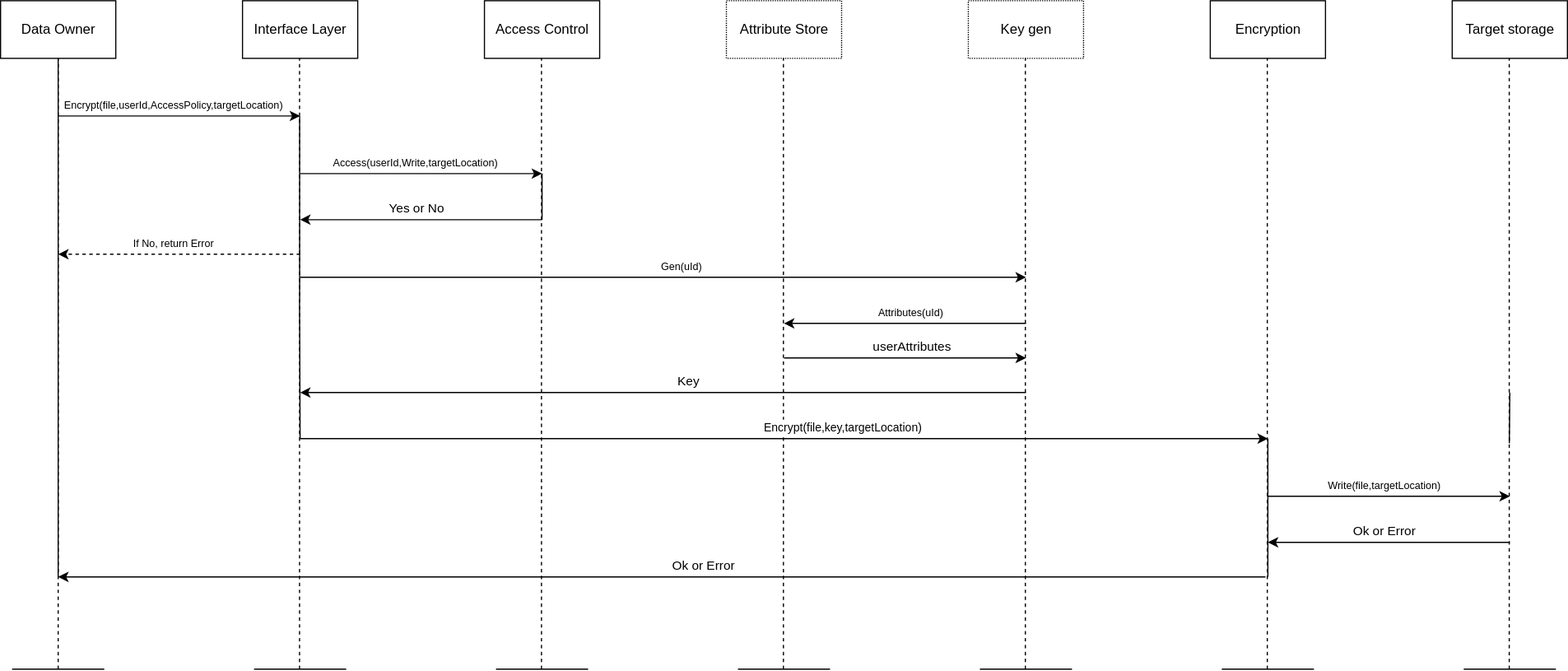
Before: docs/design/system/encryption_flow.drawio.svg, a diagram exported from draw.io (ivajon/NGAC_ABE). Source tidied: cells renumbered, new cells last; positions are measured from the earlier drawing's top-left corner, leaving out a move shared by most shapes.
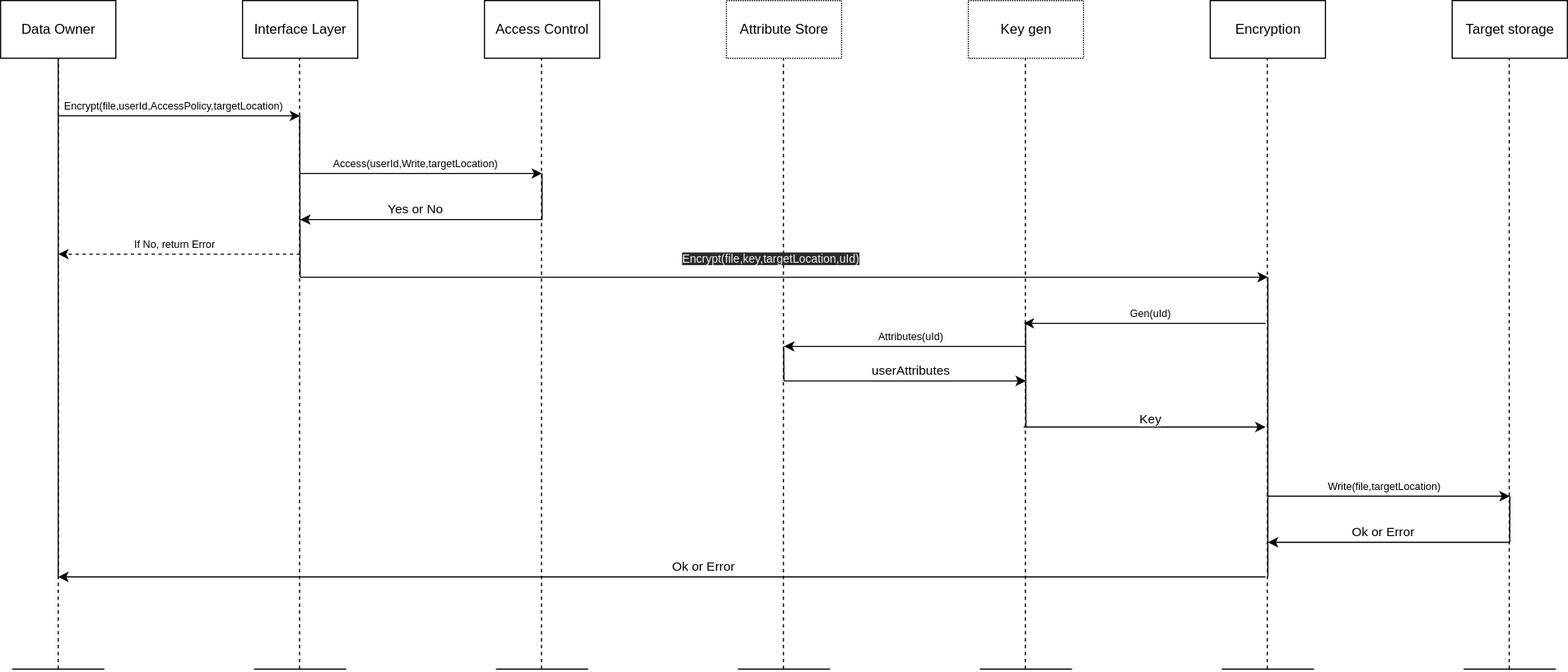
The same diagram one commit later.

What changed in the source:
```diff
@@ -110,7 +110,7 @@
     </mxCell>
     <mxCell id="20" style="endArrow=none;html=1;" parent="1" edge="1">
       <mxGeometry relative="1" as="geometry">
-        <mxPoint x="259.6" y="260" as="sourcePoint" />
+        <mxPoint x="260" y="240" as="sourcePoint" />
         <mxPoint x="259.6" y="100" as="targetPoint" />
       </mxGeometry>
     </mxCell>
@@ -156,7 +156,7 @@
     <mxCell id="28" style="endArrow=none;html=1;" parent="1" edge="1">
       <mxGeometry relative="1" as="geometry">
         <mxPoint x="1100" y="500" as="sourcePoint" />
-        <mxPoint x="1100" y="380" as="targetPoint" />
+        <mxPoint x="1100" y="240" as="targetPoint" />
       </mxGeometry>
     </mxCell>
     <mxCell id="29" style="endArrow=classic;html=1;" parent="1" edge="1">
@@ -172,8 +172,8 @@
     </mxCell>
     <mxCell id="31" style="endArrow=none;html=1;" parent="1" edge="1">
       <mxGeometry relative="1" as="geometry">
-        <mxPoint x="1309.6" y="384" as="sourcePoint" />
-        <mxPoint x="1310" y="340" as="targetPoint" />
+        <mxPoint x="1310" y="470" as="sourcePoint" />
+        <mxPoint x="1310.1" y="430" as="targetPoint" />
       </mxGeometry>
     </mxCell>
     <mxCell id="32" style="endArrow=classic;html=1;" parent="1" edge="1">
@@ -187,12 +187,6 @@
         <mxPoint x="46" y="-13" as="offset" />
       </mxGeometry>
     </mxCell>
-    <mxCell id="34" style="endArrow=none;html=1;" parent="1" edge="1">
-      <mxGeometry relative="1" as="geometry">
-        <mxPoint x="260" y="380" as="sourcePoint" />
-        <mxPoint x="259.5" y="260" as="targetPoint" />
-      </mxGeometry>
-    </mxCell>
     <mxCell id="35" value="Attribute Store" style="html=1;dashed=1;whitespace=wrap;dashPattern=1 1;" parent="1" vertex="1">
       <mxGeometry x="630" width="100" height="50" as="geometry" />
     </mxCell>
@@ -232,29 +226,24 @@
     <mxCell id="41" style="endArrow=classic;html=1;" parent="1" edge="1">
       <mxGeometry relative="1" as="geometry">
         <mxPoint x="260" y="240" as="sourcePoint" />
-        <mxPoint x="890" y="240" as="targetPoint" />
+        <mxPoint x="1100" y="240" as="targetPoint" />
       </mxGeometry>
     </mxCell>
-    <mxCell id="42" value="&lt;font style=&quot;font-size: 9px&quot;&gt;Gen(uId)&lt;/font&gt;" style="edgeLabel;html=1;align=center;verticalAlign=middle;" parent="41" vertex="1">
-      <mxGeometry x="0.33" y="-1" relative="1" as="geometry">
-        <mxPoint x="-87" y="-11" as="offset" />
-      </mxGeometry>
-    </mxCell>
     <mxCell id="43" style="endArrow=classic;html=1;" parent="1" edge="1">
       <mxGeometry relative="1" as="geometry">
-        <mxPoint x="890" y="340" as="sourcePoint" />
-        <mxPoint x="260" y="340" as="targetPoint" />
+        <mxPoint x="888" y="370" as="sourcePoint" />
+        <mxPoint x="1098" y="370" as="targetPoint" />
       </mxGeometry>
     </mxCell>
     <mxCell id="44" value="Key" style="edgeLabel;html=1;align=center;verticalAlign=middle;" parent="43" vertex="1">
       <mxGeometry x="-0.2" y="-1" relative="1" as="geometry">
-        <mxPoint x="-42" y="-9" as="offset" />
+        <mxPoint x="26" y="-9" as="offset" />
       </mxGeometry>
     </mxCell>
     <mxCell id="45" style="endArrow=classic;html=1;" parent="1" edge="1">
       <mxGeometry relative="1" as="geometry">
-        <mxPoint x="890" y="280" as="sourcePoint" />
-        <mxPoint x="680" y="280" as="targetPoint" />
+        <mxPoint x="890" y="300" as="sourcePoint" />
+        <mxPoint x="680" y="300" as="targetPoint" />
       </mxGeometry>
     </mxCell>
     <mxCell id="46" value="&lt;font style=&quot;font-size: 9px&quot;&gt;Attributes(uId)&lt;/font&gt;" style="edgeLabel;html=1;align=center;verticalAlign=middle;" parent="45" vertex="1">
@@ -264,8 +253,8 @@
     </mxCell>
     <mxCell id="47" style="endArrow=classic;html=1;" parent="1" edge="1">
       <mxGeometry relative="1" as="geometry">
-        <mxPoint x="680" y="310" as="sourcePoint" />
-        <mxPoint x="890" y="310" as="targetPoint" />
+        <mxPoint x="680" y="330" as="sourcePoint" />
+        <mxPoint x="890" y="330" as="targetPoint" />
       </mxGeometry>
     </mxCell>
     <mxCell id="48" value="userAttributes" style="edgeLabel;html=1;align=center;verticalAlign=middle;" parent="47" vertex="1">
@@ -273,17 +262,6 @@
         <mxPoint x="-29" y="-11" as="offset" />
       </mxGeometry>
     </mxCell>
-    <mxCell id="49" style="endArrow=classic;html=1;" parent="1" edge="1">
-      <mxGeometry relative="1" as="geometry">
-        <mxPoint x="260" y="380" as="sourcePoint" />
-        <mxPoint x="1100" y="380" as="targetPoint" />
-      </mxGeometry>
-    </mxCell>
-    <mxCell id="50" value="&lt;font size=&quot;1&quot;&gt;Encrypt(file,key,targetLocation)&lt;/font&gt;" style="edgeLabel;html=1;align=center;verticalAlign=middle;" parent="49" vertex="1">
-      <mxGeometry x="0.33" y="-1" relative="1" as="geometry">
-        <mxPoint x="-87" y="-11" as="offset" />
-      </mxGeometry>
-    </mxCell>
     <mxCell id="51" style="endArrow=classic;html=1;" parent="1" edge="1">
       <mxGeometry relative="1" as="geometry">
         <mxPoint x="1098" y="500" as="sourcePoint" />
@@ -295,5 +273,31 @@
         <mxPoint x="290" y="-13" as="offset" />
       </mxGeometry>
     </mxCell>
+    <mxCell id="53" value="&lt;span style=&quot;color: rgb(240 , 240 , 240) ; font-family: &amp;#34;helvetica&amp;#34; ; font-size: x-small ; font-style: normal ; font-weight: 400 ; letter-spacing: normal ; text-align: center ; text-indent: 0px ; text-transform: none ; word-spacing: 0px ; background-color: rgb(42 , 42 , 42) ; display: inline ; float: none&quot;&gt;Encrypt(file,key,targetLocation,uId)&lt;/span&gt;" style="text;whiteSpace=wrap;html=1;" parent="1" vertex="1">
+      <mxGeometry x="590" y="210" width="160" height="30" as="geometry" />
+    </mxCell>
+    <mxCell id="54" style="endArrow=classic;html=1;" parent="1" edge="1">
+      <mxGeometry relative="1" as="geometry">
+        <mxPoint x="1098" y="280" as="sourcePoint" />
+        <mxPoint x="888" y="280" as="targetPoint" />
+      </mxGeometry>
+    </mxCell>
+    <mxCell id="42" value="&lt;font style=&quot;font-size: 9px&quot;&gt;Gen(uId)&lt;/font&gt;" style="edgeLabel;html=1;align=center;verticalAlign=middle;" parent="54" vertex="1">
+      <mxGeometry x="-0.21" y="2" relative="1" as="geometry">
+        <mxPoint x="-17" y="-12" as="offset" />
+      </mxGeometry>
+    </mxCell>
+    <mxCell id="55" style="endArrow=none;html=1;" parent="1" edge="1">
+      <mxGeometry relative="1" as="geometry">
+        <mxPoint x="680" y="330" as="sourcePoint" />
+        <mxPoint x="679.7" y="300" as="targetPoint" />
+      </mxGeometry>
+    </mxCell>
+    <mxCell id="56" style="endArrow=none;html=1;" parent="1" edge="1">
+      <mxGeometry relative="1" as="geometry">
+        <mxPoint x="890" y="370" as="sourcePoint" />
+        <mxPoint x="889.7" y="280" as="targetPoint" />
+      </mxGeometry>
+    </mxCell>
   </root>
 </mxGraphModel>
```
